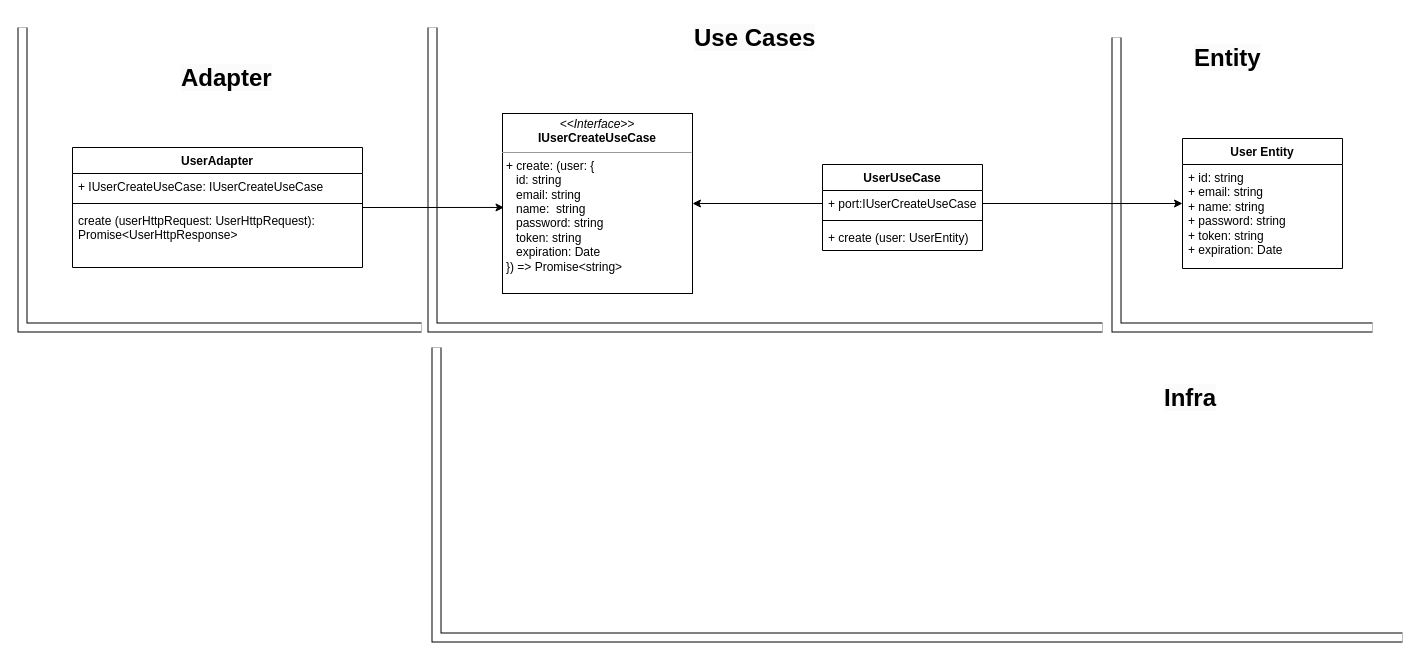
Before: Class Diagram - backend.drawio in edmooliveira29/backend-system, a draw.io diagram. Source tidied: cells renumbered, new cells numbered last; positions are measured from the earlier drawing's top-left corner, leaving out a move shared by most shapes. Both pictures are drawn from the tidied source at 100%, with x=0, y=0 at pixel (22, 17).
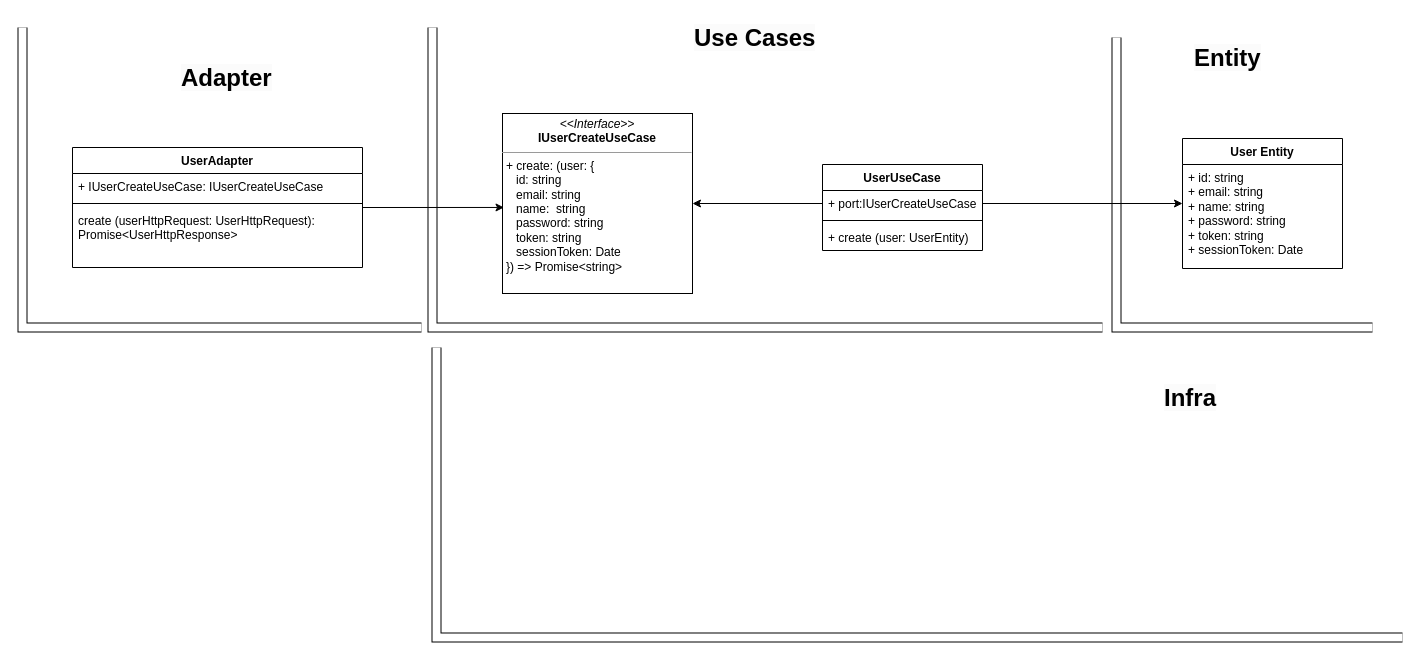
The same page after the edit.

The change refers to these unchanged cells:
```xml
<mxCell id="18" value="User Entity&lt;div style=&quot;border-color: var(--border-color); padding: 0px; margin: 0px;&quot;&gt;&lt;br style=&quot;border-color: var(--border-color); padding: 0px; margin: 0px; font-weight: 400;&quot;&gt;&lt;/div&gt;" style="swimlane;fontStyle=1;align=center;verticalAlign=top;horizontal=1;startSize=26;whiteSpace=wrap;html=1;" parent="1" vertex="1">
  <mxGeometry x="1160" y="121" width="160" height="130" as="geometry" />
</mxCell>
```

Diff of the diagram source:
```diff
@@
-    <mxCell id="6" value="&lt;p style=&quot;margin:0px;margin-top:4px;text-align:center;&quot;&gt;&lt;i&gt;&amp;lt;&amp;lt;Interface&amp;gt;&amp;gt;&lt;/i&gt;&lt;br&gt;&lt;b&gt;IUserCreateUseCase&lt;/b&gt;&lt;br&gt;&lt;/p&gt;&lt;hr size=&quot;1&quot;&gt;&lt;p style=&quot;margin:0px;margin-left:4px;&quot;&gt;&lt;/p&gt;&lt;p style=&quot;margin:0px;margin-left:4px;&quot;&gt;+&amp;nbsp;create: (user: {&lt;/p&gt;&lt;p style=&quot;margin:0px;margin-left:4px;&quot;&gt;&amp;nbsp; &amp;nbsp;id: string&amp;nbsp;&lt;/p&gt;&lt;p style=&quot;margin:0px;margin-left:4px;&quot;&gt;&amp;nbsp; &amp;nbsp;email: string&amp;nbsp;&lt;/p&gt;&lt;p style=&quot;margin:0px;margin-left:4px;&quot;&gt;&amp;nbsp; &amp;nbsp;name:&amp;nbsp; string&amp;nbsp;&lt;/p&gt;&lt;p style=&quot;margin:0px;margin-left:4px;&quot;&gt;&amp;nbsp; &amp;nbsp;password: string&amp;nbsp;&lt;/p&gt;&lt;p style=&quot;margin:0px;margin-left:4px;&quot;&gt;&amp;nbsp; &amp;nbsp;token: string&lt;/p&gt;&lt;p style=&quot;margin:0px;margin-left:4px;&quot;&gt;&amp;nbsp; &amp;nbsp;expiration: Date&amp;nbsp;&lt;/p&gt;&lt;p style=&quot;margin:0px;margin-left:4px;&quot;&gt;}) =&amp;gt; Promise&amp;lt;string&amp;gt;&lt;/p&gt;" style="verticalAlign=top;align=left;overflow=fill;fontSize=12;fontFamily=Helvetica;html=1;whiteSpace=wrap;" parent="1" vertex="1">
+    <mxCell id="6" value="&lt;p style=&quot;margin:0px;margin-top:4px;text-align:center;&quot;&gt;&lt;i&gt;&amp;lt;&amp;lt;Interface&amp;gt;&amp;gt;&lt;/i&gt;&lt;br&gt;&lt;b&gt;IUserCreateUseCase&lt;/b&gt;&lt;br&gt;&lt;/p&gt;&lt;hr size=&quot;1&quot;&gt;&lt;p style=&quot;margin:0px;margin-left:4px;&quot;&gt;&lt;/p&gt;&lt;p style=&quot;margin:0px;margin-left:4px;&quot;&gt;+&amp;nbsp;create: (user: {&lt;/p&gt;&lt;p style=&quot;margin:0px;margin-left:4px;&quot;&gt;&amp;nbsp; &amp;nbsp;id: string&amp;nbsp;&lt;/p&gt;&lt;p style=&quot;margin:0px;margin-left:4px;&quot;&gt;&amp;nbsp; &amp;nbsp;email: string&amp;nbsp;&lt;/p&gt;&lt;p style=&quot;margin:0px;margin-left:4px;&quot;&gt;&amp;nbsp; &amp;nbsp;name:&amp;nbsp; string&amp;nbsp;&lt;/p&gt;&lt;p style=&quot;margin:0px;margin-left:4px;&quot;&gt;&amp;nbsp; &amp;nbsp;password: string&amp;nbsp;&lt;/p&gt;&lt;p style=&quot;margin:0px;margin-left:4px;&quot;&gt;&amp;nbsp; &amp;nbsp;token: string&lt;/p&gt;&lt;p style=&quot;margin:0px;margin-left:4px;&quot;&gt;&amp;nbsp; &amp;nbsp;sessionToken: Date&amp;nbsp;&lt;/p&gt;&lt;p style=&quot;margin:0px;margin-left:4px;&quot;&gt;}) =&amp;gt; Promise&amp;lt;string&amp;gt;&lt;/p&gt;" style="verticalAlign=top;align=left;overflow=fill;fontSize=12;fontFamily=Helvetica;html=1;whiteSpace=wrap;" parent="1" vertex="1">
       <mxGeometry x="480" y="96" width="190" height="180" as="geometry" />
     </mxCell>
@@
-    <mxCell id="19" value="+ id: string&lt;br style=&quot;border-color: var(--border-color); padding: 0px; margin: 0px;&quot;&gt;&lt;span style=&quot;&quot;&gt;+ email: string&lt;/span&gt;&lt;br style=&quot;border-color: var(--border-color); padding: 0px; margin: 0px;&quot;&gt;&lt;span style=&quot;&quot;&gt;+ name: string&lt;/span&gt;&lt;br style=&quot;border-color: var(--border-color); padding: 0px; margin: 0px;&quot;&gt;&lt;span style=&quot;&quot;&gt;+ password: string&lt;/span&gt;&lt;br style=&quot;border-color: var(--border-color); padding: 0px; margin: 0px;&quot;&gt;&lt;span style=&quot;&quot;&gt;+ token: string&lt;br&gt;&lt;/span&gt;&lt;span style=&quot;&quot;&gt;+ expiration: Date&lt;/span&gt;" style="text;strokeColor=none;fillColor=none;align=left;verticalAlign=top;spacingLeft=4;spacingRight=4;overflow=hidden;whiteSpace=wrap;html=1;" parent="18" vertex="1">
+    <mxCell id="19" value="+ id: string&lt;br style=&quot;border-color: var(--border-color); padding: 0px; margin: 0px;&quot;&gt;&lt;span style=&quot;&quot;&gt;+ email: string&lt;/span&gt;&lt;br style=&quot;border-color: var(--border-color); padding: 0px; margin: 0px;&quot;&gt;&lt;span style=&quot;&quot;&gt;+ name: string&lt;/span&gt;&lt;br style=&quot;border-color: var(--border-color); padding: 0px; margin: 0px;&quot;&gt;&lt;span style=&quot;&quot;&gt;+ password: string&lt;/span&gt;&lt;br style=&quot;border-color: var(--border-color); padding: 0px; margin: 0px;&quot;&gt;&lt;span style=&quot;&quot;&gt;+ token: string&lt;br&gt;&lt;/span&gt;&lt;span style=&quot;&quot;&gt;+ sessionToken: Date&lt;/span&gt;" style="text;strokeColor=none;fillColor=none;align=left;verticalAlign=top;spacingLeft=4;spacingRight=4;overflow=hidden;whiteSpace=wrap;html=1;" parent="18" vertex="1">
       <mxGeometry y="26" width="160" height="104" as="geometry" />
     </mxCell>
```
